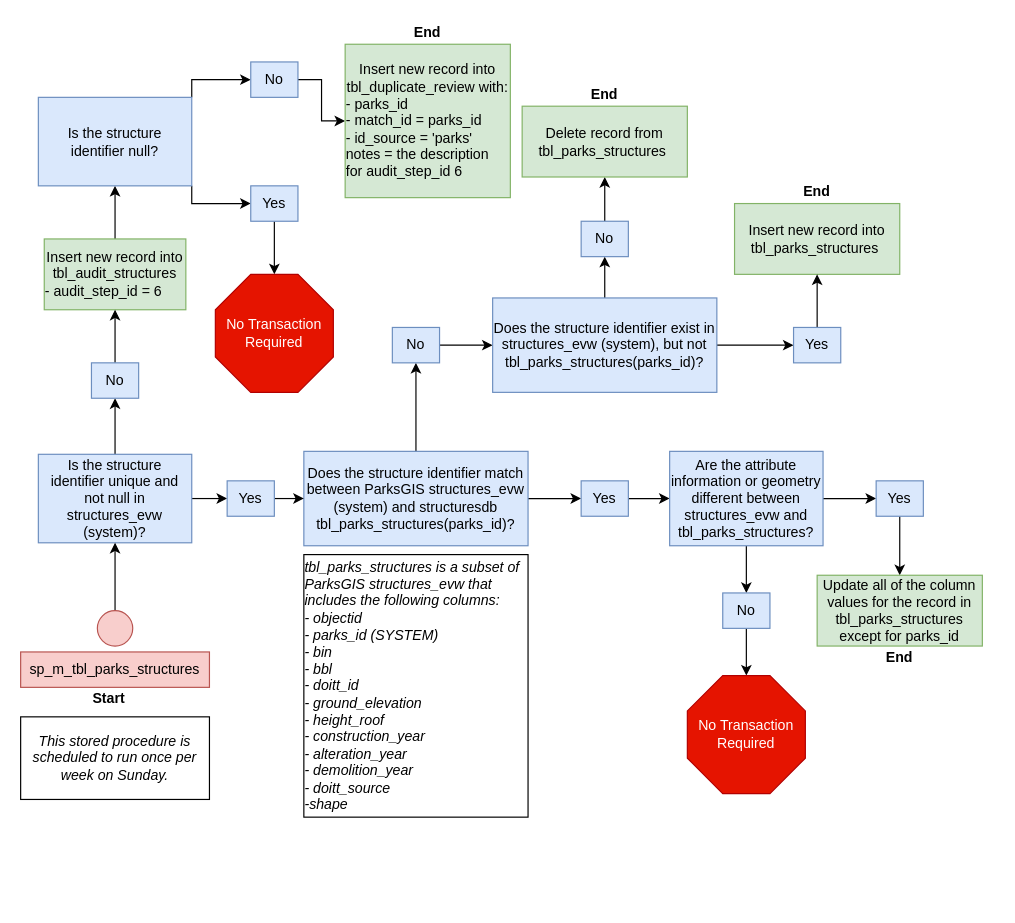
Earlier version of the draw.io diagram sp_m_tbl_park_structures.drawio (NYCParks-data/Structures). Source tidied: cells renumbered, new cells numbered last; positions are measured from the earlier drawing's top-left corner, leaving out a move shared by most shapes. Both pictures are drawn from the tidied source at 118%, with x=0, y=0 at pixel (20, 20).
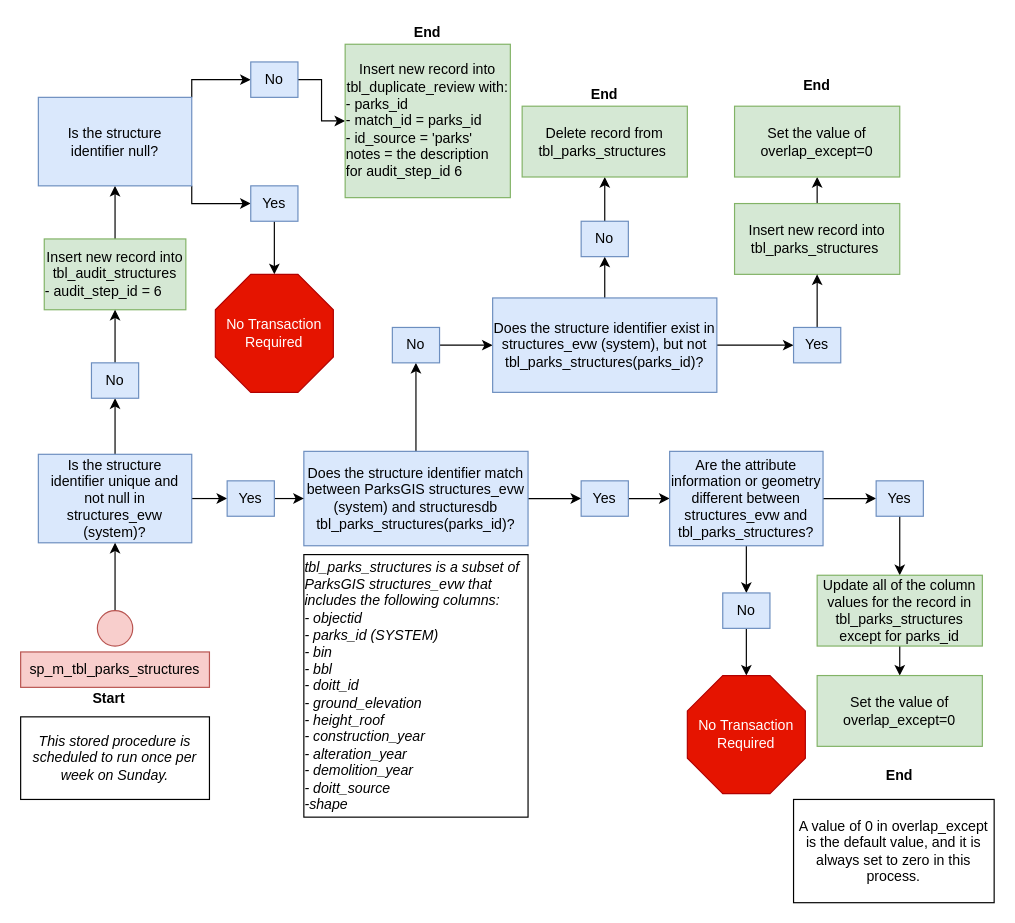
The same page after the edit.

The change refers to these unchanged cells:
```xml
<mxCell id="18" value="Update all of the column values for the record in tbl_parks_structures except for parks_id" style="rounded=0;whiteSpace=wrap;html=1;fillColor=#d5e8d4;strokeColor=#82b366;" parent="1" vertex="1">
  <mxGeometry x="675" y="470" width="140" height="60" as="geometry" />
</mxCell>
<mxCell id="25" value="Insert new record into tbl_parks_structures&amp;nbsp;" style="rounded=0;whiteSpace=wrap;html=1;fillColor=#d5e8d4;strokeColor=#82b366;" parent="1" vertex="1">
  <mxGeometry x="605" y="155" width="140" height="60" as="geometry" />
</mxCell>
```

What changed in the source:
```diff
@@
+    <mxCell id="55" style="edgeStyle=orthogonalEdgeStyle;rounded=0;jettySize=auto;html=1;" parent="1" edge="1" source="18" target="59">
+      <mxGeometry relative="1" as="geometry" />
+    </mxCell>
@@
+    <mxCell id="56" style="edgeStyle=orthogonalEdgeStyle;rounded=0;jettySize=auto;html=1;" parent="1" edge="1" source="25" target="58">
+      <mxGeometry relative="1" as="geometry" />
+    </mxCell>
@@
     <mxCell id="50" value="&lt;b&gt;End&lt;/b&gt;" style="text;html=1;strokeColor=none;fillColor=none;align=center;verticalAlign=middle;whiteSpace=wrap;rounded=0;" parent="1" vertex="1">
-      <mxGeometry x="725" y="530" width="40" height="20" as="geometry" />
+      <mxGeometry x="725" y="630" width="40" height="20" as="geometry" />
     </mxCell>
     <mxCell id="51" value="&lt;b&gt;End&lt;/b&gt;" style="text;html=1;strokeColor=none;fillColor=none;align=center;verticalAlign=middle;whiteSpace=wrap;rounded=0;" parent="1" vertex="1">
-      <mxGeometry x="655" y="135" width="40" height="20" as="geometry" />
+      <mxGeometry x="655" y="45" width="40" height="20" as="geometry" />
     </mxCell>
@@
+    <mxCell id="57" value="A value of 0 in overlap_except is the default value, and it is always set to zero in this process." style="rounded=0;whiteSpace=wrap;html=1;" parent="1" vertex="1">
+      <mxGeometry x="655" y="660" width="170" height="87.5" as="geometry" />
+    </mxCell>
+    <mxCell id="58" value="Set the value of overlap_except=0 " style="rounded=0;whiteSpace=wrap;html=1;fillColor=#d5e8d4;strokeColor=#82b366;" parent="1" vertex="1">
+      <mxGeometry x="605" y="72.5" width="140" height="60" as="geometry" />
+    </mxCell>
+    <mxCell id="59" value="Set the value of overlap_except=0 " style="rounded=0;whiteSpace=wrap;html=1;fillColor=#d5e8d4;strokeColor=#82b366;" parent="1" vertex="1">
+      <mxGeometry x="675" y="555" width="140" height="60" as="geometry" />
+    </mxCell>
```
